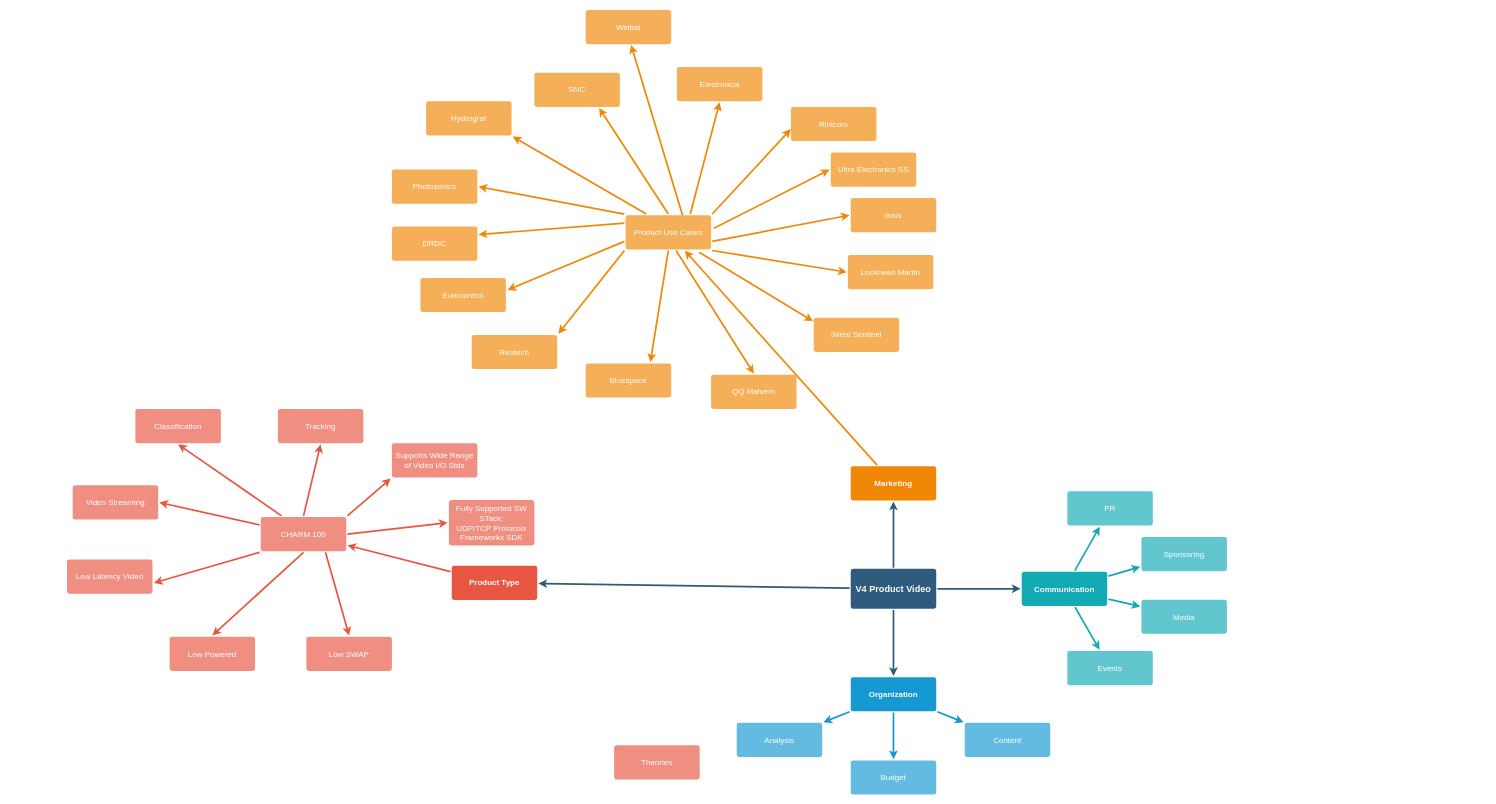
Earlier version of the draw.io diagram v4_product_video.drawio (mj8ac/hello-world). Source tidied: cells renumbered, new cells numbered last; positions are measured from the earlier drawing's top-left corner, leaving out a move shared by most shapes. Both pictures are drawn from the tidied source at 57%, with x=0, y=0 at pixel (67, 10).
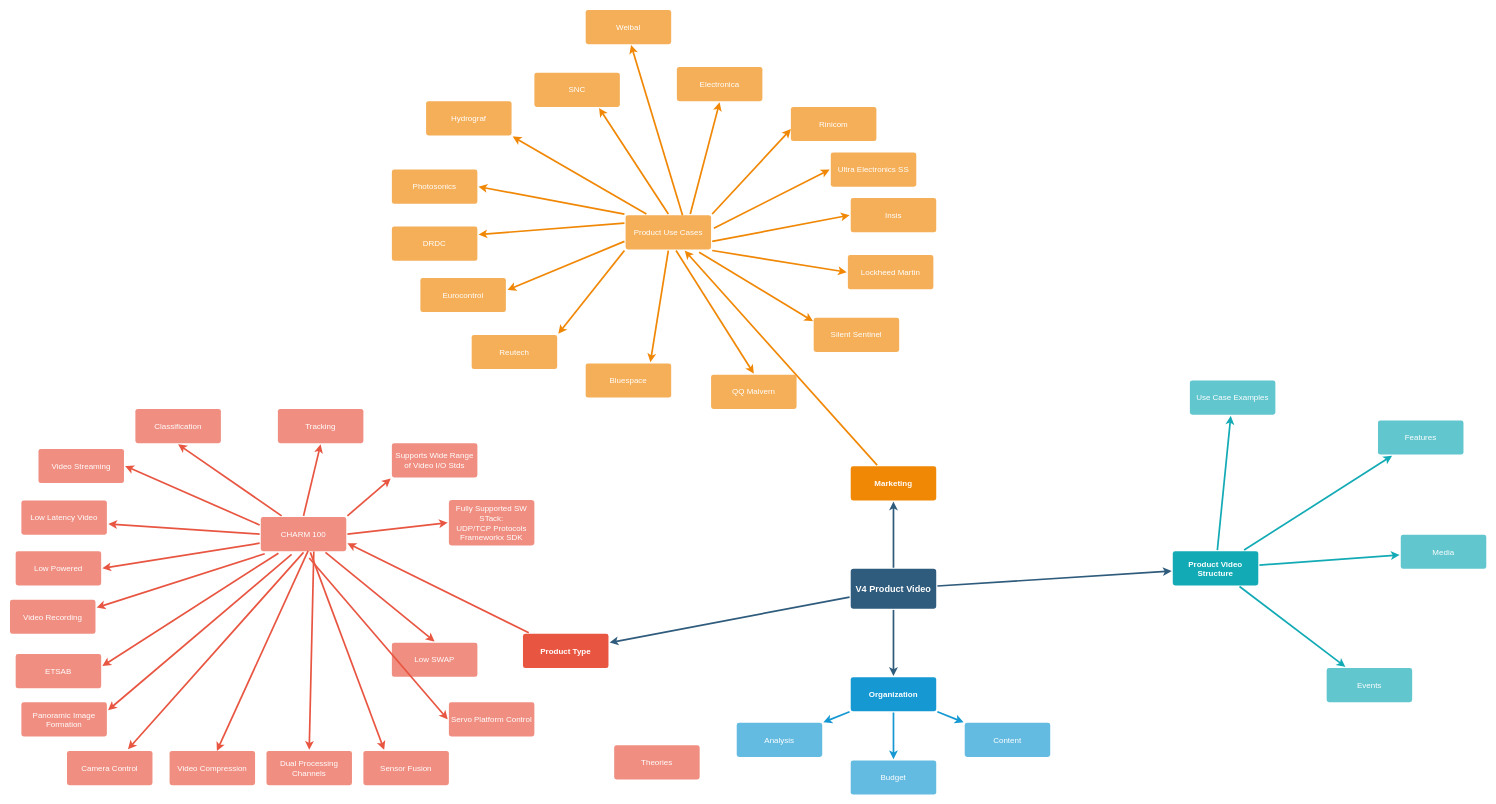
The same diagram, later.

The change refers to these unchanged cells:
```xml
<mxCell id="10" value="CHARM 100" style="rounded=1;whiteSpace=wrap;html=1;shadow=0;labelBackgroundColor=none;strokeColor=none;strokeWidth=3;fillColor=#f08e81;fontFamily=Helvetica;fontSize=14;fontColor=#FFFFFF;align=center;spacing=5;fontStyle=0;arcSize=7;perimeterSpacing=2;" parent="1" vertex="1">
  <mxGeometry x="340" y="889.5" width="150" height="60" as="geometry" />
</mxCell>
```

Change to the diagram source:
```diff
@@
-    <mxCell id="7" style="edgeStyle=none;rounded=1;jumpStyle=none;html=1;shadow=0;labelBackgroundColor=none;startArrow=none;startFill=0;jettySize=auto;strokeColor=#E85642;strokeWidth=3;fontFamily=Helvetica;fontSize=14;fontColor=#FFFFFF;spacing=5;fontStyle=1;fillColor=#b0e3e6;" parent="1" edge="1" source="8" target="10">
+    <mxCell id="7" style="edgeStyle=none;rounded=1;jumpStyle=none;html=1;shadow=0;labelBackgroundColor=none;startArrow=none;startFill=0;jettySize=auto;strokeColor=#E85642;strokeWidth=3;fontFamily=Helvetica;fontSize=14;fontColor=#FFFFFF;spacing=5;fontStyle=1;fillColor=#b0e3e6;entryX=1;entryY=0.75;entryDx=0;entryDy=0;" parent="1" edge="1" source="8" target="10">
       <mxGeometry relative="1" as="geometry" />
     </mxCell>
     <mxCell id="8" value="Product Type" style="rounded=1;whiteSpace=wrap;html=1;shadow=0;labelBackgroundColor=none;strokeColor=none;strokeWidth=3;fillColor=#e85642;fontFamily=Helvetica;fontSize=14;fontColor=#FFFFFF;align=center;spacing=5;fontStyle=1;arcSize=7;perimeterSpacing=2;" parent="1" vertex="1">
-      <mxGeometry x="675" y="975" width="150" height="60" as="geometry" />
+      <mxGeometry x="800" y="1094.5" width="150" height="60" as="geometry" />
     </mxCell>
@@
-    <mxCell id="21" value="Communication" style="rounded=1;whiteSpace=wrap;html=1;shadow=0;labelBackgroundColor=none;strokeColor=none;strokeWidth=3;fillColor=#12aab5;fontFamily=Helvetica;fontSize=14;fontColor=#FFFFFF;align=center;spacing=5;fontStyle=1;arcSize=7;perimeterSpacing=2;" parent="1" vertex="1">
-      <mxGeometry x="1675" y="985.5" width="150" height="60" as="geometry" />
+    <mxCell id="21" value="Product Video Structure" style="rounded=1;whiteSpace=wrap;html=1;shadow=0;labelBackgroundColor=none;strokeColor=none;strokeWidth=3;fillColor=#12aab5;fontFamily=Helvetica;fontSize=14;fontColor=#FFFFFF;align=center;spacing=5;fontStyle=1;arcSize=7;perimeterSpacing=2;" parent="1" vertex="1">
+      <mxGeometry x="1940" y="949.5" width="150" height="60" as="geometry" />
     </mxCell>
     <mxCell id="22" value="Events" style="rounded=1;whiteSpace=wrap;html=1;shadow=0;labelBackgroundColor=none;strokeColor=none;strokeWidth=3;fillColor=#61c6ce;fontFamily=Helvetica;fontSize=14;fontColor=#FFFFFF;align=center;spacing=5;fontStyle=0;arcSize=7;perimeterSpacing=2;" parent="1" vertex="1">
-      <mxGeometry x="1755" y="1124.5" width="150" height="60" as="geometry" />
+      <mxGeometry x="2210" y="1154.5" width="150" height="60" as="geometry" />
     </mxCell>
@@
     <mxCell id="24" value="Media" style="rounded=1;whiteSpace=wrap;html=1;shadow=0;labelBackgroundColor=none;strokeColor=none;strokeWidth=3;fillColor=#61c6ce;fontFamily=Helvetica;fontSize=14;fontColor=#FFFFFF;align=center;spacing=5;fontStyle=0;arcSize=7;perimeterSpacing=2;" parent="1" vertex="1">
-      <mxGeometry x="1885" y="1034.5" width="150" height="60" as="geometry" />
+      <mxGeometry x="2340" y="920.5" width="150" height="60" as="geometry" />
     </mxCell>
@@
-    <mxCell id="26" value="Sponsoring" style="rounded=1;whiteSpace=wrap;html=1;shadow=0;labelBackgroundColor=none;strokeColor=none;strokeWidth=3;fillColor=#61c6ce;fontFamily=Helvetica;fontSize=14;fontColor=#FFFFFF;align=center;spacing=5;fontStyle=0;arcSize=7;perimeterSpacing=2;" parent="1" vertex="1">
-      <mxGeometry x="1885" y="924.5" width="150" height="60" as="geometry" />
+    <mxCell id="26" value="Features" style="rounded=1;whiteSpace=wrap;html=1;shadow=0;labelBackgroundColor=none;strokeColor=none;strokeWidth=3;fillColor=#61c6ce;fontFamily=Helvetica;fontSize=14;fontColor=#FFFFFF;align=center;spacing=5;fontStyle=0;arcSize=7;perimeterSpacing=2;" parent="1" vertex="1">
+      <mxGeometry x="2300" y="720" width="150" height="60" as="geometry" />
     </mxCell>
@@
-    <mxCell id="28" value="PR" style="rounded=1;whiteSpace=wrap;html=1;shadow=0;labelBackgroundColor=none;strokeColor=none;strokeWidth=3;fillColor=#61c6ce;fontFamily=Helvetica;fontSize=14;fontColor=#FFFFFF;align=center;spacing=5;fontStyle=0;arcSize=7;perimeterSpacing=2;" parent="1" vertex="1">
-      <mxGeometry x="1755" y="844.5" width="150" height="60" as="geometry" />
+    <mxCell id="28" value="Use Case Examples" style="rounded=1;whiteSpace=wrap;html=1;shadow=0;labelBackgroundColor=none;strokeColor=none;strokeWidth=3;fillColor=#61c6ce;fontFamily=Helvetica;fontSize=14;fontColor=#FFFFFF;align=center;spacing=5;fontStyle=0;arcSize=7;perimeterSpacing=2;" parent="1" vertex="1">
+      <mxGeometry x="1970" y="650" width="150" height="60" as="geometry" />
     </mxCell>
@@
     <mxCell id="32" value="Video Streaming" style="rounded=1;whiteSpace=wrap;html=1;shadow=0;labelBackgroundColor=none;strokeColor=none;strokeWidth=3;fillColor=#f08e81;fontFamily=Helvetica;fontSize=14;fontColor=#FFFFFF;align=center;spacing=5;fontStyle=0;arcSize=7;perimeterSpacing=2;" parent="1" vertex="1">
-      <mxGeometry x="10" y="834" width="150" height="60" as="geometry" />
+      <mxGeometry x="-50" y="770" width="150" height="60" as="geometry" />
     </mxCell>
     <mxCell id="33" value="Low Latency Video" style="rounded=1;whiteSpace=wrap;html=1;shadow=0;labelBackgroundColor=none;strokeColor=none;strokeWidth=3;fillColor=#f08e81;fontFamily=Helvetica;fontSize=14;fontColor=#FFFFFF;align=center;spacing=5;fontStyle=0;arcSize=7;perimeterSpacing=2;" parent="1" vertex="1">
-      <mxGeometry y="964" width="150" height="60" as="geometry" />
+      <mxGeometry x="-80" y="860.5" width="150" height="60" as="geometry" />
     </mxCell>
     <mxCell id="34" value="Low Powered" style="rounded=1;whiteSpace=wrap;html=1;shadow=0;labelBackgroundColor=none;strokeColor=none;strokeWidth=3;fillColor=#f08e81;fontFamily=Helvetica;fontSize=14;fontColor=#FFFFFF;align=center;spacing=5;fontStyle=0;arcSize=7;perimeterSpacing=2;" parent="1" vertex="1">
-      <mxGeometry x="180" y="1099.5" width="150" height="60" as="geometry" />
+      <mxGeometry x="-90" y="949.5" width="150" height="60" as="geometry" />
     </mxCell>
-    <mxCell id="35" style="edgeStyle=none;rounded=1;jumpStyle=none;html=1;shadow=0;labelBackgroundColor=none;startArrow=none;startFill=0;jettySize=auto;strokeColor=#E85642;strokeWidth=3;fontFamily=Helvetica;fontSize=14;fontColor=#FFFFFF;spacing=5;fontStyle=1;fillColor=#b0e3e6;exitX=0.5;exitY=1;exitDx=0;exitDy=0;entryX=0.5;entryY=0;entryDx=0;entryDy=0;" parent="1" edge="1" source="10" target="34">
+    <mxCell id="35" style="edgeStyle=none;rounded=1;jumpStyle=none;html=1;shadow=0;labelBackgroundColor=none;startArrow=none;startFill=0;jettySize=auto;strokeColor=#E85642;strokeWidth=3;fontFamily=Helvetica;fontSize=14;fontColor=#FFFFFF;spacing=5;fontStyle=1;fillColor=#b0e3e6;exitX=0;exitY=0.75;exitDx=0;exitDy=0;entryX=1;entryY=0.5;entryDx=0;entryDy=0;" parent="1" edge="1" source="10" target="34">
       <mxGeometry relative="1" as="geometry" />
     </mxCell>
-    <mxCell id="36" style="edgeStyle=none;rounded=1;jumpStyle=none;html=1;shadow=0;labelBackgroundColor=none;startArrow=none;startFill=0;jettySize=auto;strokeColor=#E85642;strokeWidth=3;fontFamily=Helvetica;fontSize=14;fontColor=#FFFFFF;spacing=5;fontStyle=1;fillColor=#b0e3e6;exitX=0;exitY=1;exitDx=0;exitDy=0;entryX=1.004;entryY=0.674;entryDx=0;entryDy=0;entryPerimeter=0;" parent="1" edge="1" source="10" target="33">
+    <mxCell id="36" style="edgeStyle=none;rounded=1;jumpStyle=none;html=1;shadow=0;labelBackgroundColor=none;startArrow=none;startFill=0;jettySize=auto;strokeColor=#E85642;strokeWidth=3;fontFamily=Helvetica;fontSize=14;fontColor=#FFFFFF;spacing=5;fontStyle=1;fillColor=#b0e3e6;exitX=0;exitY=0.5;exitDx=0;exitDy=0;entryX=1.004;entryY=0.674;entryDx=0;entryDy=0;entryPerimeter=0;" parent="1" edge="1" source="10" target="33">
       <mxGeometry relative="1" as="geometry" />
     </mxCell>
@@
     <mxCell id="40" value="Low SWAP" style="rounded=1;whiteSpace=wrap;html=1;shadow=0;labelBackgroundColor=none;strokeColor=none;strokeWidth=3;fillColor=#f08e81;fontFamily=Helvetica;fontSize=14;fontColor=#FFFFFF;align=center;spacing=5;fontStyle=0;arcSize=7;perimeterSpacing=2;" parent="1" vertex="1">
-      <mxGeometry x="420" y="1099.5" width="150" height="60" as="geometry" />
+      <mxGeometry x="570" y="1110" width="150" height="60" as="geometry" />
     </mxCell>
@@
+    <mxCell id="76" value="&lt;div&gt;Panoramic Image Formation&lt;/div&gt;" style="rounded=1;whiteSpace=wrap;html=1;shadow=0;labelBackgroundColor=none;strokeColor=none;strokeWidth=3;fillColor=#f08e81;fontFamily=Helvetica;fontSize=14;fontColor=#FFFFFF;align=center;spacing=5;fontStyle=0;arcSize=7;perimeterSpacing=2;" parent="1" vertex="1">
+      <mxGeometry x="-80" y="1214.5" width="150" height="60" as="geometry" />
+    </mxCell>
+    <mxCell id="77" value="Camera Control" style="rounded=1;whiteSpace=wrap;html=1;shadow=0;labelBackgroundColor=none;strokeColor=none;strokeWidth=3;fillColor=#f08e81;fontFamily=Helvetica;fontSize=14;fontColor=#FFFFFF;align=center;spacing=5;fontStyle=0;arcSize=7;perimeterSpacing=2;" parent="1" vertex="1">
+      <mxGeometry y="1300" width="150" height="60" as="geometry" />
+    </mxCell>
+    <mxCell id="78" value="Servo Platform Control" style="rounded=1;whiteSpace=wrap;html=1;shadow=0;labelBackgroundColor=none;strokeColor=none;strokeWidth=3;fillColor=#f08e81;fontFamily=Helvetica;fontSize=14;fontColor=#FFFFFF;align=center;spacing=5;fontStyle=0;arcSize=7;perimeterSpacing=2;" parent="1" vertex="1">
+      <mxGeometry x="670" y="1214.5" width="150" height="60" as="geometry" />
+    </mxCell>
+    <mxCell id="79" value="Video Compression" style="rounded=1;whiteSpace=wrap;html=1;shadow=0;labelBackgroundColor=none;strokeColor=none;strokeWidth=3;fillColor=#f08e81;fontFamily=Helvetica;fontSize=14;fontColor=#FFFFFF;align=center;spacing=5;fontStyle=0;arcSize=7;perimeterSpacing=2;" parent="1" vertex="1">
+      <mxGeometry x="180" y="1300" width="150" height="60" as="geometry" />
+    </mxCell>
+    <mxCell id="80" value="Video Recording" style="rounded=1;whiteSpace=wrap;html=1;shadow=0;labelBackgroundColor=none;strokeColor=none;strokeWidth=3;fillColor=#f08e81;fontFamily=Helvetica;fontSize=14;fontColor=#FFFFFF;align=center;spacing=5;fontStyle=0;arcSize=7;perimeterSpacing=2;" parent="1" vertex="1">
+      <mxGeometry x="-100" y="1034.5" width="150" height="60" as="geometry" />
+    </mxCell>
+    <mxCell id="81" value="ETSAB" style="rounded=1;whiteSpace=wrap;html=1;shadow=0;labelBackgroundColor=none;strokeColor=none;strokeWidth=3;fillColor=#f08e81;fontFamily=Helvetica;fontSize=14;fontColor=#FFFFFF;align=center;spacing=5;fontStyle=0;arcSize=7;perimeterSpacing=2;" parent="1" vertex="1">
+      <mxGeometry x="-90" y="1130" width="150" height="60" as="geometry" />
+    </mxCell>
+    <mxCell id="82" value="Sensor Fusion" style="rounded=1;whiteSpace=wrap;html=1;shadow=0;labelBackgroundColor=none;strokeColor=none;strokeWidth=3;fillColor=#f08e81;fontFamily=Helvetica;fontSize=14;fontColor=#FFFFFF;align=center;spacing=5;fontStyle=0;arcSize=7;perimeterSpacing=2;" parent="1" vertex="1">
+      <mxGeometry x="520" y="1300" width="150" height="60" as="geometry" />
+    </mxCell>
+    <mxCell id="83" value="Dual Processing Channels" style="rounded=1;whiteSpace=wrap;html=1;shadow=0;labelBackgroundColor=none;strokeColor=none;strokeWidth=3;fillColor=#f08e81;fontFamily=Helvetica;fontSize=14;fontColor=#FFFFFF;align=center;spacing=5;fontStyle=0;arcSize=7;perimeterSpacing=2;" parent="1" vertex="1">
+      <mxGeometry x="350" y="1300" width="150" height="60" as="geometry" />
+    </mxCell>
+    <mxCell id="84" style="edgeStyle=none;rounded=1;jumpStyle=none;html=1;shadow=0;labelBackgroundColor=none;startArrow=none;startFill=0;jettySize=auto;strokeColor=#E85642;strokeWidth=3;fontFamily=Helvetica;fontSize=14;fontColor=#FFFFFF;spacing=5;fontStyle=1;fillColor=#b0e3e6;exitX=0.058;exitY=1.039;exitDx=0;exitDy=0;entryX=1;entryY=0.25;entryDx=0;entryDy=0;exitPerimeter=0;" parent="1" edge="1" source="10" target="80">
+      <mxGeometry relative="1" as="geometry" />
+    </mxCell>
+    <mxCell id="85" style="edgeStyle=none;rounded=1;jumpStyle=none;html=1;shadow=0;labelBackgroundColor=none;startArrow=none;startFill=0;jettySize=auto;strokeColor=#E85642;strokeWidth=3;fontFamily=Helvetica;fontSize=14;fontColor=#FFFFFF;spacing=5;fontStyle=1;fillColor=#b0e3e6;exitX=0.214;exitY=1.023;exitDx=0;exitDy=0;entryX=1;entryY=0.359;entryDx=0;entryDy=0;exitPerimeter=0;entryPerimeter=0;" parent="1" edge="1" source="10" target="81">
+      <mxGeometry relative="1" as="geometry" />
+    </mxCell>
+    <mxCell id="86" style="edgeStyle=none;rounded=1;jumpStyle=none;html=1;shadow=0;labelBackgroundColor=none;startArrow=none;startFill=0;jettySize=auto;strokeColor=#E85642;strokeWidth=3;fontFamily=Helvetica;fontSize=14;fontColor=#FFFFFF;spacing=5;fontStyle=1;fillColor=#b0e3e6;exitX=0.364;exitY=1.055;exitDx=0;exitDy=0;entryX=1;entryY=0.25;entryDx=0;entryDy=0;exitPerimeter=0;" parent="1" edge="1" source="10" target="76">
+      <mxGeometry relative="1" as="geometry" />
+    </mxCell>
+    <mxCell id="87" style="edgeStyle=none;rounded=1;jumpStyle=none;html=1;shadow=0;labelBackgroundColor=none;startArrow=none;startFill=0;jettySize=auto;strokeColor=#E85642;strokeWidth=3;fontFamily=Helvetica;fontSize=14;fontColor=#FFFFFF;spacing=5;fontStyle=1;fillColor=#b0e3e6;exitX=0.5;exitY=1;exitDx=0;exitDy=0;entryX=0.708;entryY=-0.016;entryDx=0;entryDy=0;entryPerimeter=0;" parent="1" edge="1" source="10" target="77">
+      <mxGeometry relative="1" as="geometry" />
+    </mxCell>
+    <mxCell id="88" style="edgeStyle=none;rounded=1;jumpStyle=none;html=1;shadow=0;labelBackgroundColor=none;startArrow=none;startFill=0;jettySize=auto;strokeColor=#E85642;strokeWidth=3;fontFamily=Helvetica;fontSize=14;fontColor=#FFFFFF;spacing=5;fontStyle=1;fillColor=#b0e3e6;exitX=0.5;exitY=1;exitDx=0;exitDy=0;entryX=0;entryY=0.5;entryDx=0;entryDy=0;" parent="1" edge="1" target="78">
+      <mxGeometry relative="1" as="geometry">
+        <mxPoint x="425" y="961.5" as="sourcePoint" />
+      </mxGeometry>
+    </mxCell>
+    <mxCell id="89" style="edgeStyle=none;rounded=1;jumpStyle=none;html=1;shadow=0;labelBackgroundColor=none;startArrow=none;startFill=0;jettySize=auto;strokeColor=#E85642;strokeWidth=3;fontFamily=Helvetica;fontSize=14;fontColor=#FFFFFF;spacing=5;fontStyle=1;fillColor=#b0e3e6;exitX=0.552;exitY=0.961;exitDx=0;exitDy=0;entryX=0.552;entryY=0.031;entryDx=0;entryDy=0;exitPerimeter=0;entryPerimeter=0;" parent="1" edge="1" source="10" target="79">
+      <mxGeometry relative="1" as="geometry" />
+    </mxCell>
+    <mxCell id="90" style="edgeStyle=none;rounded=1;jumpStyle=none;html=1;shadow=0;labelBackgroundColor=none;startArrow=none;startFill=0;jettySize=auto;strokeColor=#E85642;strokeWidth=3;fontFamily=Helvetica;fontSize=14;fontColor=#FFFFFF;spacing=5;fontStyle=1;fillColor=#b0e3e6;exitX=0.617;exitY=0.977;exitDx=0;exitDy=0;entryX=0.5;entryY=0;entryDx=0;entryDy=0;exitPerimeter=0;" parent="1" edge="1" source="10" target="83">
+      <mxGeometry relative="1" as="geometry" />
+    </mxCell>
+    <mxCell id="91" style="edgeStyle=none;rounded=1;jumpStyle=none;html=1;shadow=0;labelBackgroundColor=none;startArrow=none;startFill=0;jettySize=auto;strokeColor=#E85642;strokeWidth=3;fontFamily=Helvetica;fontSize=14;fontColor=#FFFFFF;spacing=5;fontStyle=1;fillColor=#b0e3e6;entryX=0.25;entryY=0;entryDx=0;entryDy=0;" parent="1" edge="1" source="10" target="82">
+      <mxGeometry relative="1" as="geometry" />
+    </mxCell>
```
